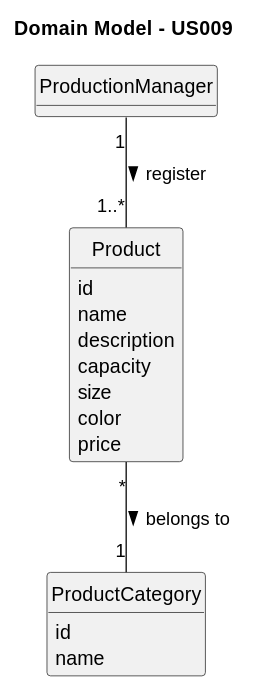
daniel41silva05/Production_Control_Industrial_ISEP keeps this PlantUML diagram as documentation/user-stories/us011/02.analysis/svg/us011-domain-model.svg. Above is the earlier version.
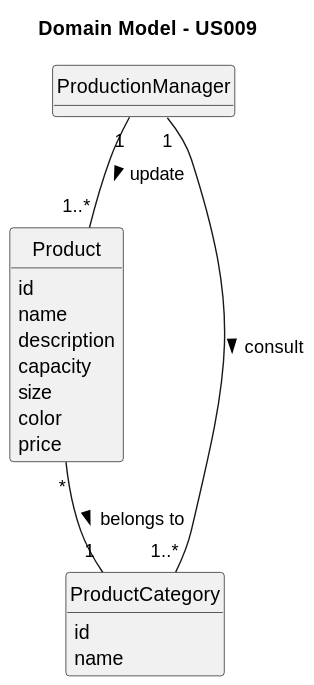
The same diagram one commit later.

The edit, as a diff of the source:
```diff
@@ -28,6 +28,7 @@
     name
 }
 
-ProductionManager "1" -- "1..*" Product : register >
+ProductionManager "1" -- "1..*" ProductCategory : consult >
+ProductionManager "1" -- "1..*" Product : update >
 Product "*" -- "1" ProductCategory : belongs to >
 @enduml
```
